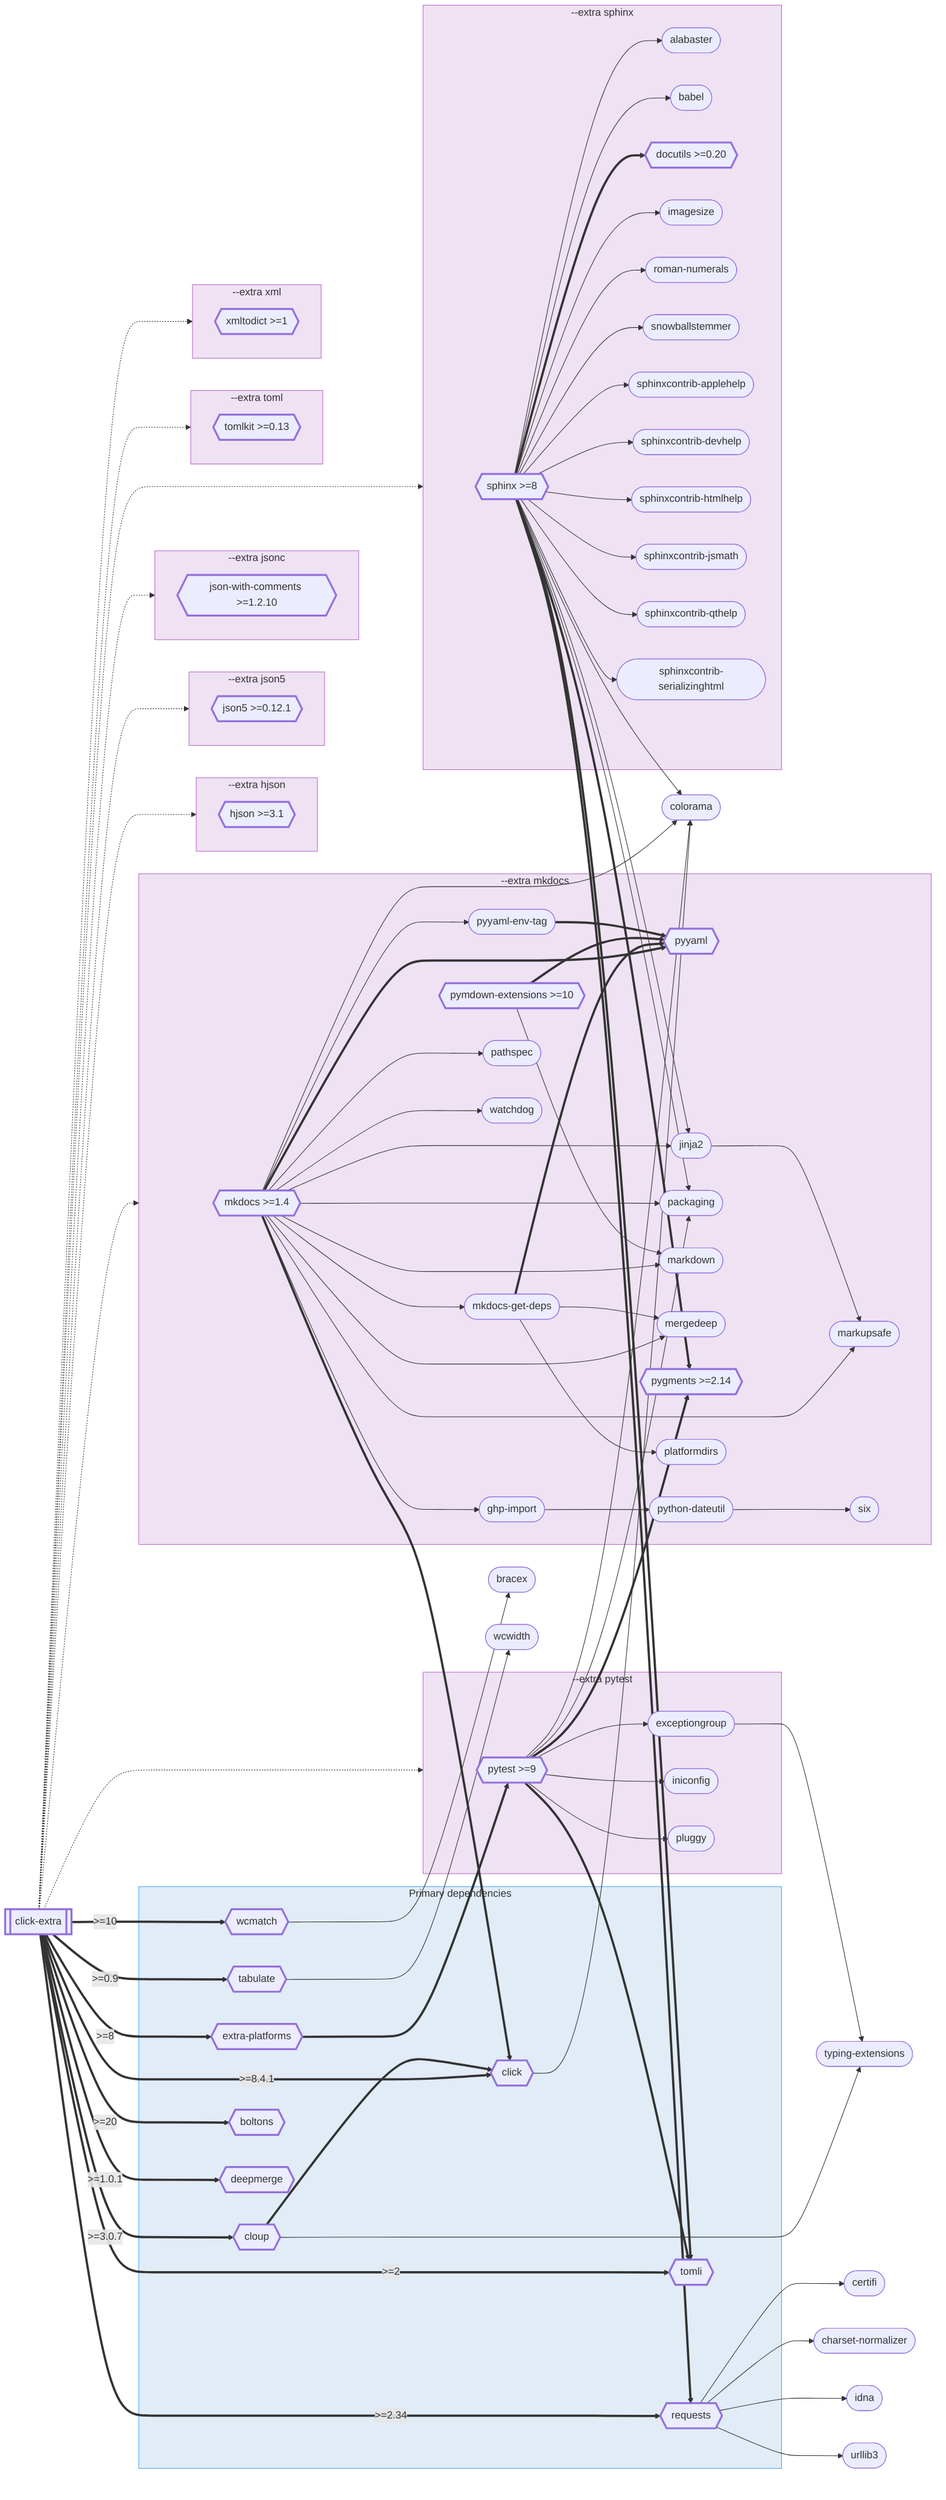
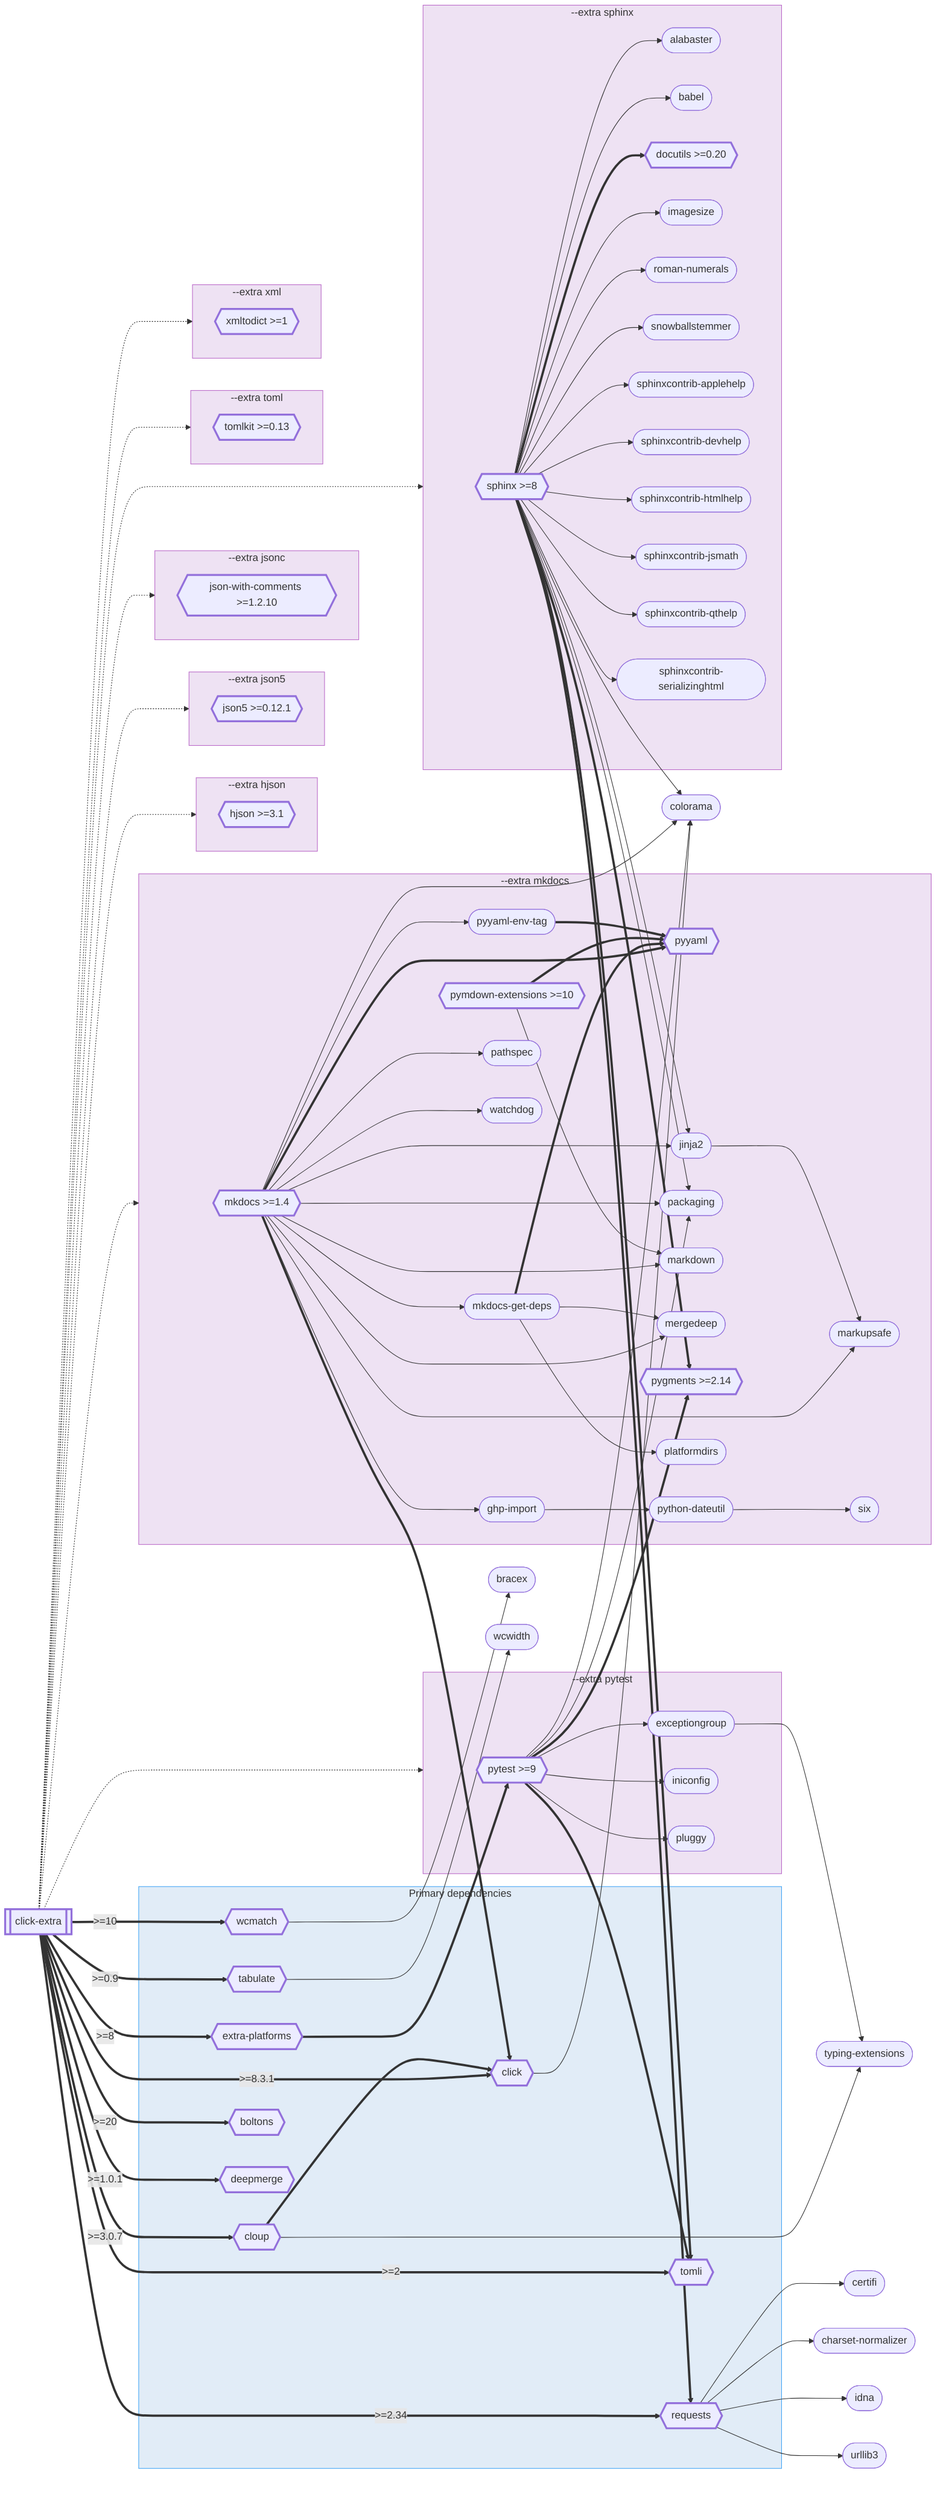
flowchart LR
    click_extra[["`click-extra`"]]

    subgraph primary-deps [Primary dependencies]
        extra_platforms{{"`extra-platforms`"}}
        requests{{"`requests`"}}
        cloup{{"`cloup`"}}
        click_0{{"`click`"}}
        tabulate{{"`tabulate`"}}
        wcmatch{{"`wcmatch`"}}
        tomli{{"`tomli`"}}
        boltons{{"`boltons`"}}
        deepmerge{{"`deepmerge`"}}
    end

    colorama(["`colorama`"])
    typing_extensions(["`typing-extensions`"])
    bracex(["`bracex`"])
    certifi(["`certifi`"])
    charset_normalizer(["`charset-normalizer`"])
    idna(["`idna`"])
    urllib3(["`urllib3`"])
    wcwidth(["`wcwidth`"])

    subgraph ext_hjson [--extra hjson]
        hjson{{"`hjson >=3.1`"}}
    end

    subgraph ext_json5 [--extra json5]
        json5{{"`json5 >=0.12.1`"}}
    end

    subgraph ext_jsonc [--extra jsonc]
        json_with_comments{{"`json-with-comments >=1.2.10`"}}
    end

    subgraph ext_mkdocs [--extra mkdocs]
        mkdocs{{"`mkdocs >=1.4`"}}
        mkdocs_get_deps(["`mkdocs-get-deps`"])
        pyyaml{{"`pyyaml`"}}
        jinja2(["`jinja2`"])
        packaging(["`packaging`"])
        ghp_import(["`ghp-import`"])
        markdown(["`markdown`"])
        markupsafe(["`markupsafe`"])
        mergedeep(["`mergedeep`"])
        pygments{{"`pygments >=2.14`"}}
        pymdown_extensions{{"`pymdown-extensions >=10`"}}
        python_dateutil(["`python-dateutil`"])
        pyyaml_env_tag(["`pyyaml-env-tag`"])
        pathspec(["`pathspec`"])
        platformdirs(["`platformdirs`"])
        six(["`six`"])
        watchdog(["`watchdog`"])
    end

    subgraph ext_pytest [--extra pytest]
        pytest{{"`pytest >=9`"}}
        exceptiongroup(["`exceptiongroup`"])
        iniconfig(["`iniconfig`"])
        pluggy(["`pluggy`"])
    end

    subgraph ext_sphinx [--extra sphinx]
        sphinx{{"`sphinx >=8`"}}
        alabaster(["`alabaster`"])
        babel(["`babel`"])
        docutils{{"`docutils >=0.20`"}}
        imagesize(["`imagesize`"])
        roman_numerals(["`roman-numerals`"])
        snowballstemmer(["`snowballstemmer`"])
        sphinxcontrib_applehelp(["`sphinxcontrib-applehelp`"])
        sphinxcontrib_devhelp(["`sphinxcontrib-devhelp`"])
        sphinxcontrib_htmlhelp(["`sphinxcontrib-htmlhelp`"])
        sphinxcontrib_jsmath(["`sphinxcontrib-jsmath`"])
        sphinxcontrib_qthelp(["`sphinxcontrib-qthelp`"])
        sphinxcontrib_serializinghtml(["`sphinxcontrib-serializinghtml`"])
    end

    subgraph ext_toml [--extra toml]
        tomlkit{{"`tomlkit >=0.13`"}}
    end

    subgraph ext_xml [--extra xml]
        xmltodict{{"`xmltodict >=1`"}}
    end

    click_extra ==>|" >=2.34 "| requests
-     click_extra ==>|" >=8.4.1 "| click_0
+     click_extra ==>|" >=8.3.1 "| click_0
    click_extra ==>|" >=3.0.7 "| cloup
    click_extra ==>|" >=2 "| tomli
    click_extra ==>|" >=8 "| extra_platforms
    click_extra ==>|" >=0.9 "| tabulate
    click_extra ==>|" >=10 "| wcmatch
    click_extra ==>|" >=20 "| boltons
    click_extra ==>|" >=1.0.1 "| deepmerge
    sphinx ==> requests
    sphinx --> colorama
    sphinx --> jinja2
    sphinx --> packaging
    sphinx ==> pygments
    sphinx ==> tomli
    sphinx --> alabaster
    sphinx --> babel
    sphinx ==> docutils
    sphinx --> imagesize
    sphinx --> roman_numerals
    sphinx --> snowballstemmer
    sphinx --> sphinxcontrib_applehelp
    sphinx --> sphinxcontrib_devhelp
    sphinx --> sphinxcontrib_htmlhelp
    sphinx --> sphinxcontrib_jsmath
    sphinx --> sphinxcontrib_qthelp
    sphinx --> sphinxcontrib_serializinghtml
    mkdocs --> mkdocs_get_deps
    mkdocs ==> pyyaml
    mkdocs ==> click_0
    mkdocs --> colorama
    mkdocs --> jinja2
    mkdocs --> packaging
    mkdocs --> ghp_import
    mkdocs --> markdown
    mkdocs --> markupsafe
    mkdocs --> mergedeep
    mkdocs --> pyyaml_env_tag
    mkdocs --> pathspec
    mkdocs --> watchdog
    pytest --> colorama
    pytest --> packaging
    pytest --> exceptiongroup
    pytest ==> pygments
    pytest ==> tomli
    pytest --> iniconfig
    pytest --> pluggy
    requests --> certifi
    requests --> charset_normalizer
    requests --> idna
    requests --> urllib3
    mkdocs_get_deps ==> pyyaml
    mkdocs_get_deps --> mergedeep
    mkdocs_get_deps --> platformdirs
    click_0 --> colorama
    jinja2 --> markupsafe
    cloup ==> click_0
    cloup --> typing_extensions
    exceptiongroup --> typing_extensions
    ghp_import --> python_dateutil
    pymdown_extensions ==> pyyaml
    pymdown_extensions --> markdown
    python_dateutil --> six
    pyyaml_env_tag ==> pyyaml
    extra_platforms ==> pytest
    tabulate --> wcwidth
    wcmatch --> bracex
    click_extra -.-> ext_hjson
    click_extra -.-> ext_json5
    click_extra -.-> ext_jsonc
    click_extra -.-> ext_mkdocs
    click_extra -.-> ext_pytest
    click_extra -.-> ext_sphinx
    click_extra -.-> ext_toml
    click_extra -.-> ext_xml

    click alabaster "https://pypi.org/project/alabaster/" _blank
    click babel "https://pypi.org/project/babel/" _blank
    click boltons "https://pypi.org/project/boltons/" _blank
    click bracex "https://pypi.org/project/bracex/" _blank
    click certifi "https://pypi.org/project/certifi/" _blank
    click charset_normalizer "https://pypi.org/project/charset-normalizer/" _blank
    click click_0 "https://pypi.org/project/click/" _blank
    click click_extra "https://pypi.org/project/click-extra/" _blank
    click cloup "https://pypi.org/project/cloup/" _blank
    click colorama "https://pypi.org/project/colorama/" _blank
    click deepmerge "https://pypi.org/project/deepmerge/" _blank
    click docutils "https://pypi.org/project/docutils/" _blank
    click exceptiongroup "https://pypi.org/project/exceptiongroup/" _blank
    click extra_platforms "https://pypi.org/project/extra-platforms/" _blank
    click ghp_import "https://pypi.org/project/ghp-import/" _blank
    click hjson "https://pypi.org/project/hjson/" _blank
    click idna "https://pypi.org/project/idna/" _blank
    click imagesize "https://pypi.org/project/imagesize/" _blank
    click iniconfig "https://pypi.org/project/iniconfig/" _blank
    click jinja2 "https://pypi.org/project/jinja2/" _blank
    click json_with_comments "https://pypi.org/project/json-with-comments/" _blank
    click json5 "https://pypi.org/project/json5/" _blank
    click markdown "https://pypi.org/project/markdown/" _blank
    click markupsafe "https://pypi.org/project/markupsafe/" _blank
    click mergedeep "https://pypi.org/project/mergedeep/" _blank
    click mkdocs "https://pypi.org/project/mkdocs/" _blank
    click mkdocs_get_deps "https://pypi.org/project/mkdocs-get-deps/" _blank
    click packaging "https://pypi.org/project/packaging/" _blank
    click pathspec "https://pypi.org/project/pathspec/" _blank
    click platformdirs "https://pypi.org/project/platformdirs/" _blank
    click pluggy "https://pypi.org/project/pluggy/" _blank
    click pygments "https://pypi.org/project/pygments/" _blank
    click pymdown_extensions "https://pypi.org/project/pymdown-extensions/" _blank
    click pytest "https://pypi.org/project/pytest/" _blank
    click python_dateutil "https://pypi.org/project/python-dateutil/" _blank
    click pyyaml "https://pypi.org/project/pyyaml/" _blank
    click pyyaml_env_tag "https://pypi.org/project/pyyaml-env-tag/" _blank
    click requests "https://pypi.org/project/requests/" _blank
    click roman_numerals "https://pypi.org/project/roman-numerals/" _blank
    click six "https://pypi.org/project/six/" _blank
    click snowballstemmer "https://pypi.org/project/snowballstemmer/" _blank
    click sphinx "https://pypi.org/project/sphinx/" _blank
    click sphinxcontrib_applehelp "https://pypi.org/project/sphinxcontrib-applehelp/" _blank
    click sphinxcontrib_devhelp "https://pypi.org/project/sphinxcontrib-devhelp/" _blank
    click sphinxcontrib_htmlhelp "https://pypi.org/project/sphinxcontrib-htmlhelp/" _blank
    click sphinxcontrib_jsmath "https://pypi.org/project/sphinxcontrib-jsmath/" _blank
    click sphinxcontrib_qthelp "https://pypi.org/project/sphinxcontrib-qthelp/" _blank
    click sphinxcontrib_serializinghtml "https://pypi.org/project/sphinxcontrib-serializinghtml/" _blank
    click tabulate "https://pypi.org/project/tabulate/" _blank
    click tomli "https://pypi.org/project/tomli/" _blank
    click tomlkit "https://pypi.org/project/tomlkit/" _blank
    click typing_extensions "https://pypi.org/project/typing-extensions/" _blank
    click urllib3 "https://pypi.org/project/urllib3/" _blank
    click watchdog "https://pypi.org/project/watchdog/" _blank
    click wcmatch "https://pypi.org/project/wcmatch/" _blank
    click wcwidth "https://pypi.org/project/wcwidth/" _blank
    click xmltodict "https://pypi.org/project/xmltodict/" _blank

    style click_extra stroke-width:3px
    style boltons stroke-width:3px
    style click_0 stroke-width:3px
    style cloup stroke-width:3px
    style deepmerge stroke-width:3px
    style docutils stroke-width:3px
    style extra_platforms stroke-width:3px
    style hjson stroke-width:3px
    style json_with_comments stroke-width:3px
    style json5 stroke-width:3px
    style mkdocs stroke-width:3px
    style pygments stroke-width:3px
    style pymdown_extensions stroke-width:3px
    style pytest stroke-width:3px
    style pyyaml stroke-width:3px
    style requests stroke-width:3px
    style sphinx stroke-width:3px
    style tabulate stroke-width:3px
    style tomli stroke-width:3px
    style tomlkit stroke-width:3px
    style wcmatch stroke-width:3px
    style xmltodict stroke-width:3px

    style primary-deps fill:#1565C020,stroke:#42A5F5
    style ext_hjson fill:#7B1FA220,stroke:#BA68C8
    style ext_json5 fill:#7B1FA220,stroke:#BA68C8
    style ext_jsonc fill:#7B1FA220,stroke:#BA68C8
    style ext_mkdocs fill:#7B1FA220,stroke:#BA68C8
    style ext_pytest fill:#7B1FA220,stroke:#BA68C8
    style ext_sphinx fill:#7B1FA220,stroke:#BA68C8
    style ext_toml fill:#7B1FA220,stroke:#BA68C8
    style ext_xml fill:#7B1FA220,stroke:#BA68C8
